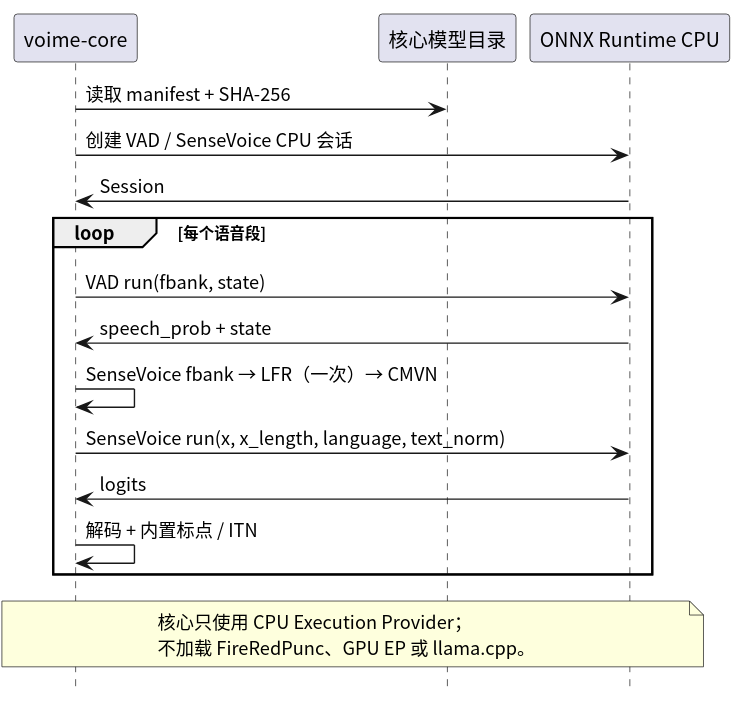
Before: crates/voime-core/diagram/inference-boundary.svg, a diagram exported from PlantUML (54m43lJ/voime).
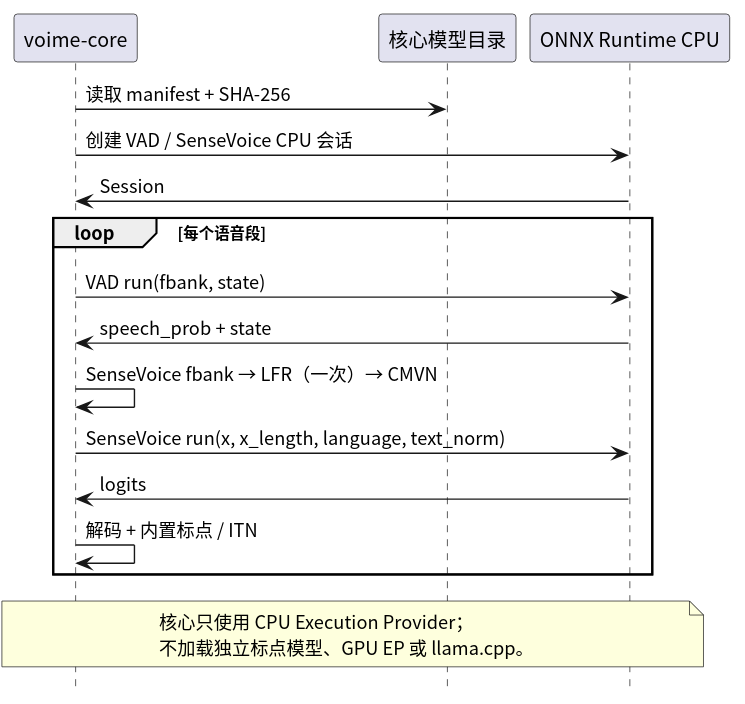
The same diagram one commit later.

Diff of the diagram source:
```diff
@@ -22,6 +22,6 @@
 
 note over Core, Ort
   核心只使用 CPU Execution Provider；
-  不加载 FireRedPunc、GPU EP 或 llama.cpp。
+  不加载独立标点模型、GPU EP 或 llama.cpp。
 end note
 @enduml
```
